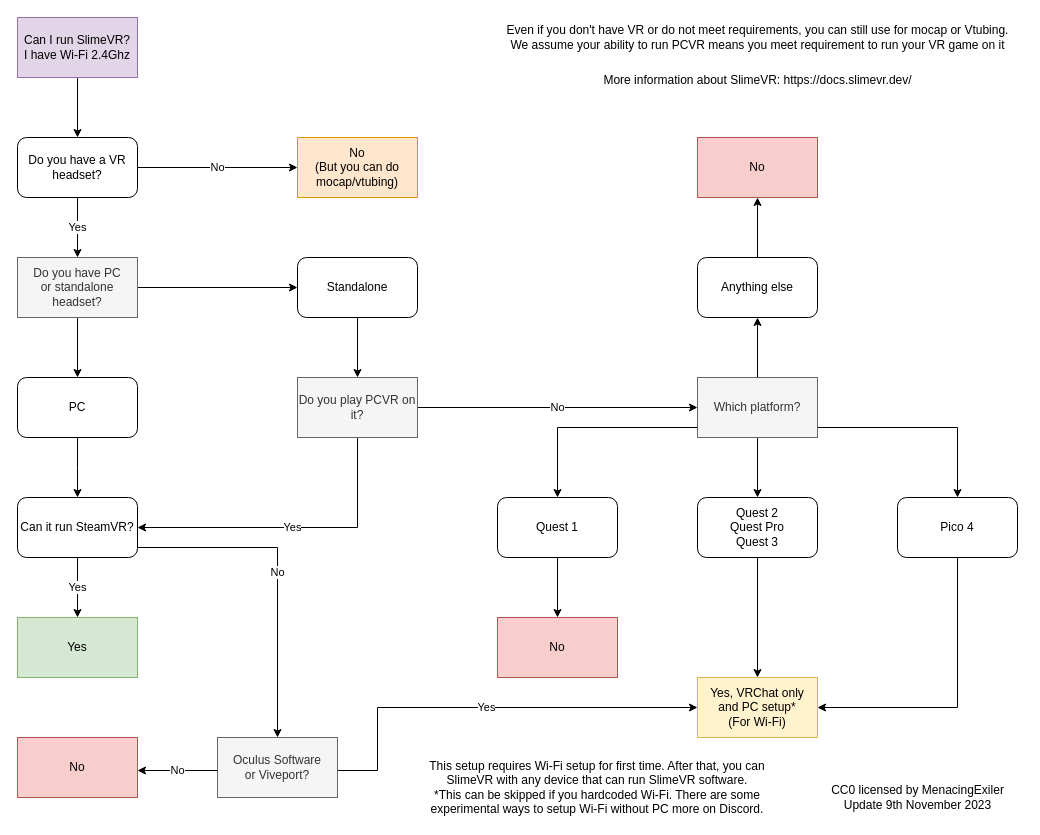
This is SlimeGuide.drawio from MenacingExiler/CanIRunSlimeVR, a draw.io file, before an edit. Source tidied: cells renumbered, new cells numbered last; positions are measured from the earlier drawing's top-left corner, leaving out a move shared by most shapes. Both pictures are drawn from the tidied source at 100%, with x=0, y=0 at pixel (17, 17).
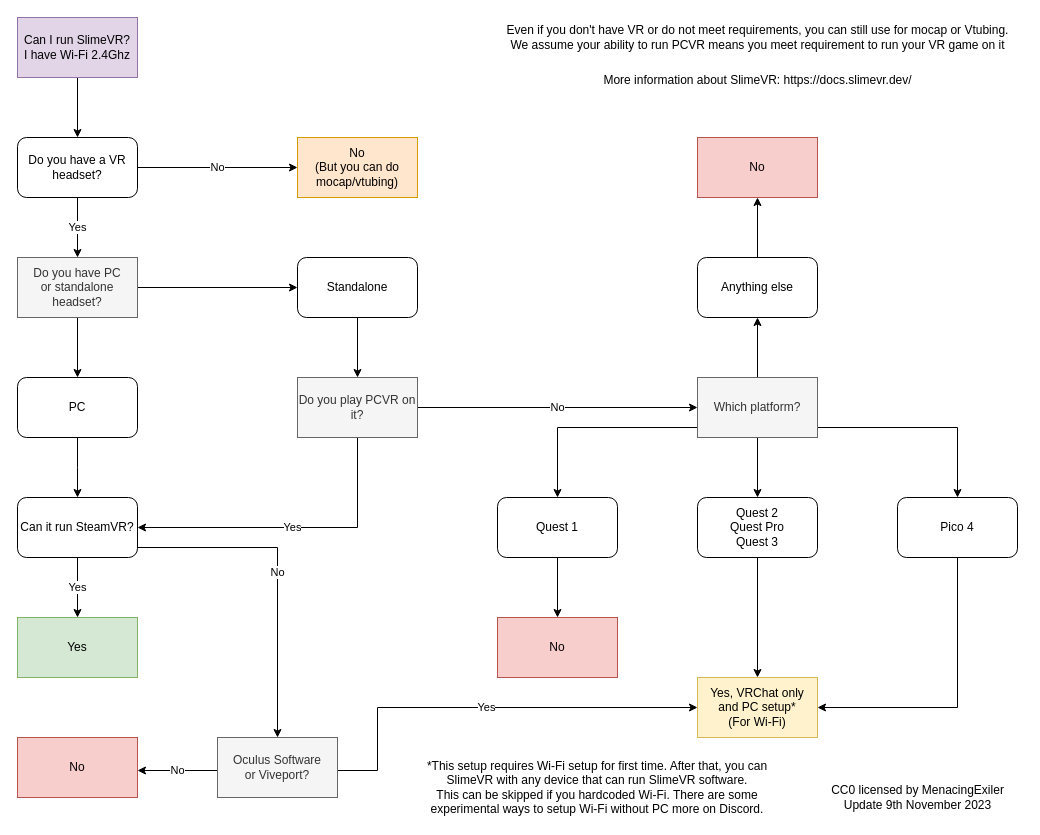
Above is the later version.

What changed in the source:
```diff
@@
-    <mxCell id="43" value="This setup requires Wi-Fi setup for first time. After that, you can SlimeVR with any device that can run SlimeVR software.&lt;br&gt;*This can be skipped if you hardcoded Wi-Fi. There are some experimental ways to setup Wi-Fi without PC more on Discord." style="text;html=1;strokeColor=none;fillColor=none;align=center;verticalAlign=middle;whiteSpace=wrap;rounded=0;" parent="1" vertex="1">
+    <mxCell id="43" value="*This setup requires Wi-Fi setup for first time. After that, you can SlimeVR with any device that can run SlimeVR software.&lt;br&gt;This can be skipped if you hardcoded Wi-Fi. There are some experimental ways to setup Wi-Fi without PC more on Discord." style="text;html=1;strokeColor=none;fillColor=none;align=center;verticalAlign=middle;whiteSpace=wrap;rounded=0;" parent="1" vertex="1">
       <mxGeometry x="400" y="740" width="360" height="60" as="geometry" />
     </mxCell>
```
